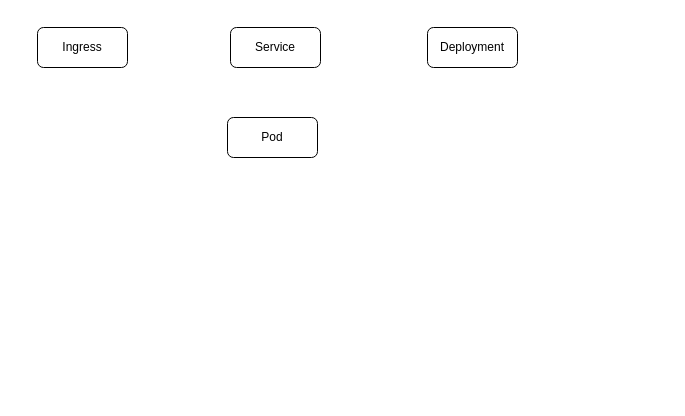
Ordertiny/graph keeps this draw.io diagram as K8s.drawio. Above is the earlier version. Source tidied: cells renumbered, new cells numbered last; positions are measured from the earlier drawing's top-left corner, leaving out a move shared by most shapes. Both pictures are drawn from the tidied source at 100%, with x=0, y=0 at pixel (37, 27).
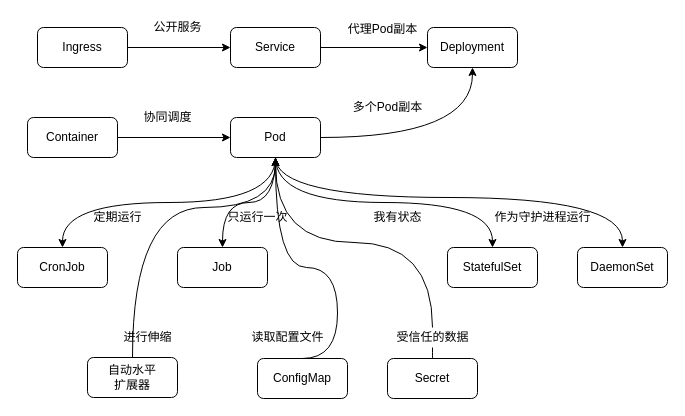
After the change.

The change refers to these unchanged cells:
```xml
<mxCell id="2" value="Service" style="rounded=1;whiteSpace=wrap;html=1;" parent="1" vertex="1">
  <mxGeometry x="193" width="90" height="40" as="geometry" />
</mxCell>
<mxCell id="3" value="Ingress" style="rounded=1;whiteSpace=wrap;html=1;" parent="1" vertex="1">
  <mxGeometry width="90" height="40" as="geometry" />
</mxCell>
<mxCell id="4" value="Deployment" style="rounded=1;whiteSpace=wrap;html=1;" parent="1" vertex="1">
  <mxGeometry x="390" width="90" height="40" as="geometry" />
</mxCell>
```

What changed in the source:
```diff
@@
+    <mxCell id="6" style="edgeStyle=orthogonalEdgeStyle;rounded=0;jettySize=auto;html=1;exitX=1;exitY=0.5;exitDx=0;exitDy=0;entryX=0;entryY=0.5;entryDx=0;entryDy=0;" parent="1" edge="1" source="2" target="4">
+      <mxGeometry relative="1" as="geometry" />
+    </mxCell>
@@
+    <mxCell id="7" style="edgeStyle=orthogonalEdgeStyle;rounded=0;jettySize=auto;html=1;exitX=1;exitY=0.5;exitDx=0;exitDy=0;" parent="1" edge="1" source="3" target="2">
+      <mxGeometry relative="1" as="geometry" />
+    </mxCell>
@@
+    <mxCell id="8" style="edgeStyle=orthogonalEdgeStyle;rounded=0;jettySize=auto;html=1;exitX=1;exitY=0.5;exitDx=0;exitDy=0;entryX=0.5;entryY=1;entryDx=0;entryDy=0;curved=1;" parent="1" edge="1" source="5" target="4">
+      <mxGeometry relative="1" as="geometry" />
+    </mxCell>
+    <mxCell id="9" style="edgeStyle=orthogonalEdgeStyle;curved=1;rounded=0;jettySize=auto;html=1;exitX=0.5;exitY=1;exitDx=0;exitDy=0;entryX=0.5;entryY=0;entryDx=0;entryDy=0;" parent="1" edge="1" source="5" target="17">
+      <mxGeometry relative="1" as="geometry" />
+    </mxCell>
+    <mxCell id="10" style="edgeStyle=orthogonalEdgeStyle;curved=1;rounded=0;jettySize=auto;html=1;exitX=0.5;exitY=1;exitDx=0;exitDy=0;entryX=0.5;entryY=0;entryDx=0;entryDy=0;" parent="1" edge="1" source="5" target="18">
+      <mxGeometry relative="1" as="geometry" />
+    </mxCell>
+    <mxCell id="11" style="edgeStyle=orthogonalEdgeStyle;curved=1;rounded=0;jettySize=auto;html=1;exitX=0.5;exitY=1;exitDx=0;exitDy=0;" parent="1" edge="1" source="5" target="16">
+      <mxGeometry relative="1" as="geometry" />
+    </mxCell>
+    <mxCell id="12" style="edgeStyle=orthogonalEdgeStyle;curved=1;rounded=0;jettySize=auto;html=1;exitX=0.5;exitY=1;exitDx=0;exitDy=0;entryX=0.5;entryY=0;entryDx=0;entryDy=0;" parent="1" edge="1" source="5" target="15">
+      <mxGeometry relative="1" as="geometry">
+        <Array as="points">
+          <mxPoint x="238" y="170" />
+          <mxPoint x="585" y="170" />
+        </Array>
+      </mxGeometry>
+    </mxCell>
     <mxCell id="5" value="Pod" style="rounded=1;whiteSpace=wrap;html=1;" parent="1" vertex="1">
-      <mxGeometry x="190" y="90" width="90" height="40" as="geometry" />
+      <mxGeometry x="193" y="90" width="90" height="40" as="geometry" />
     </mxCell>
+    <mxCell id="13" style="edgeStyle=orthogonalEdgeStyle;rounded=0;jettySize=auto;html=1;exitX=1;exitY=0.5;exitDx=0;exitDy=0;" parent="1" edge="1" source="14" target="5">
+      <mxGeometry relative="1" as="geometry" />
+    </mxCell>
+    <mxCell id="14" value="Container" style="rounded=1;whiteSpace=wrap;html=1;" parent="1" vertex="1">
+      <mxGeometry x="-10" y="90" width="90" height="40" as="geometry" />
+    </mxCell>
+    <mxCell id="15" value="DaemonSet" style="rounded=1;whiteSpace=wrap;html=1;" parent="1" vertex="1">
+      <mxGeometry x="540" y="220" width="90" height="40" as="geometry" />
+    </mxCell>
+    <mxCell id="16" value="StatefulSet" style="rounded=1;whiteSpace=wrap;html=1;" parent="1" vertex="1">
+      <mxGeometry x="410" y="220" width="90" height="40" as="geometry" />
+    </mxCell>
+    <mxCell id="17" value="Job" style="rounded=1;whiteSpace=wrap;html=1;" parent="1" vertex="1">
+      <mxGeometry x="140" y="220" width="90" height="40" as="geometry" />
+    </mxCell>
+    <mxCell id="18" value="CronJob" style="rounded=1;whiteSpace=wrap;html=1;" parent="1" vertex="1">
+      <mxGeometry x="-20" y="220" width="90" height="40" as="geometry" />
+    </mxCell>
+    <mxCell id="19" style="edgeStyle=orthogonalEdgeStyle;rounded=0;jettySize=auto;html=1;exitX=0.5;exitY=0;exitDx=0;exitDy=0;entryX=0.5;entryY=1;entryDx=0;entryDy=0;curved=1;" parent="1" edge="1" source="20" target="5">
+      <mxGeometry relative="1" as="geometry">
+        <Array as="points">
+          <mxPoint x="300" y="331" />
+          <mxPoint x="300" y="240" />
+          <mxPoint x="238" y="240" />
+        </Array>
+      </mxGeometry>
+    </mxCell>
+    <mxCell id="20" value="ConfigMap" style="rounded=1;whiteSpace=wrap;html=1;" parent="1" vertex="1">
+      <mxGeometry x="220" y="331" width="90" height="40" as="geometry" />
+    </mxCell>
+    <mxCell id="21" style="edgeStyle=orthogonalEdgeStyle;curved=1;rounded=0;jettySize=auto;html=1;exitX=0.5;exitY=0;exitDx=0;exitDy=0;entryX=0.5;entryY=1;entryDx=0;entryDy=0;startArrow=none;" parent="1" edge="1" source="34" target="5">
+      <mxGeometry relative="1" as="geometry" />
+    </mxCell>
+    <mxCell id="22" value="Secret" style="rounded=1;whiteSpace=wrap;html=1;" parent="1" vertex="1">
+      <mxGeometry x="350" y="331" width="90" height="40" as="geometry" />
+    </mxCell>
+    <mxCell id="23" style="edgeStyle=orthogonalEdgeStyle;curved=1;rounded=0;jettySize=auto;html=1;exitX=0.5;exitY=0;exitDx=0;exitDy=0;entryX=0.5;entryY=1;entryDx=0;entryDy=0;" parent="1" edge="1" source="24" target="5">
+      <mxGeometry relative="1" as="geometry">
+        <Array as="points">
+          <mxPoint x="95" y="180" />
+          <mxPoint x="238" y="180" />
+        </Array>
+      </mxGeometry>
+    </mxCell>
+    <mxCell id="24" value="自动水平&lt;br&gt;扩展器" style="rounded=1;whiteSpace=wrap;html=1;" parent="1" vertex="1">
+      <mxGeometry x="50" y="330" width="90" height="40" as="geometry" />
+    </mxCell>
+    <mxCell id="25" value="公开服务" style="text;html=1;align=center;verticalAlign=middle;strokeColor=none;fillColor=none;" parent="1" vertex="1">
+      <mxGeometry x="110" y="-10" width="60" height="20" as="geometry" />
+    </mxCell>
+    <mxCell id="26" value="代理Pod副本" style="text;html=1;align=center;verticalAlign=middle;strokeColor=none;fillColor=none;" parent="1" vertex="1">
+      <mxGeometry x="300" y="-8" width="90" height="20" as="geometry" />
+    </mxCell>
+    <mxCell id="27" value="协同调度" style="text;html=1;align=center;verticalAlign=middle;strokeColor=none;fillColor=none;" parent="1" vertex="1">
+      <mxGeometry x="100" y="80" width="60" height="20" as="geometry" />
+    </mxCell>
+    <mxCell id="28" value="多个Pod副本" style="text;html=1;align=center;verticalAlign=middle;strokeColor=none;fillColor=none;" parent="1" vertex="1">
+      <mxGeometry x="305" y="70" width="90" height="20" as="geometry" />
+    </mxCell>
+    <mxCell id="29" value="只运行一次" style="text;html=1;align=center;verticalAlign=middle;strokeColor=none;fillColor=none;" parent="1" vertex="1">
+      <mxGeometry x="180" y="180" width="80" height="20" as="geometry" />
+    </mxCell>
+    <mxCell id="30" value="定期运行" style="text;html=1;align=center;verticalAlign=middle;strokeColor=none;fillColor=none;" parent="1" vertex="1">
+      <mxGeometry x="50" y="180" width="60" height="20" as="geometry" />
+    </mxCell>
+    <mxCell id="31" value="我有状态" style="text;html=1;align=center;verticalAlign=middle;strokeColor=none;fillColor=none;" parent="1" vertex="1">
+      <mxGeometry x="330" y="180" width="60" height="20" as="geometry" />
+    </mxCell>
+    <mxCell id="32" value="作为守护进程运行" style="text;html=1;align=center;verticalAlign=middle;strokeColor=none;fillColor=none;" parent="1" vertex="1">
+      <mxGeometry x="450" y="180" width="110" height="20" as="geometry" />
+    </mxCell>
+    <mxCell id="33" value="读取配置文件" style="text;html=1;align=center;verticalAlign=middle;strokeColor=none;fillColor=none;" parent="1" vertex="1">
+      <mxGeometry x="205" y="300" width="90" height="20" as="geometry" />
+    </mxCell>
+    <mxCell id="34" value="受信任的数据" style="text;html=1;align=center;verticalAlign=middle;points=[];strokeColor=none;fillColor=none;" parent="1" vertex="1">
+      <mxGeometry x="350" y="300" width="90" height="20" as="geometry" />
+    </mxCell>
+    <mxCell id="35" style="edgeStyle=orthogonalEdgeStyle;curved=1;rounded=0;jettySize=auto;html=1;exitX=0.5;exitY=0;exitDx=0;exitDy=0;entryX=0.5;entryY=1;entryDx=0;entryDy=0;endArrow=none;" parent="1" edge="1" source="22" target="34">
+      <mxGeometry relative="1" as="geometry" />
+    </mxCell>
+    <mxCell id="36" value="进行伸缩" style="text;html=1;align=center;verticalAlign=middle;strokeColor=none;fillColor=none;" parent="1" vertex="1">
+      <mxGeometry x="80" y="300" width="60" height="20" as="geometry" />
+    </mxCell>
```
